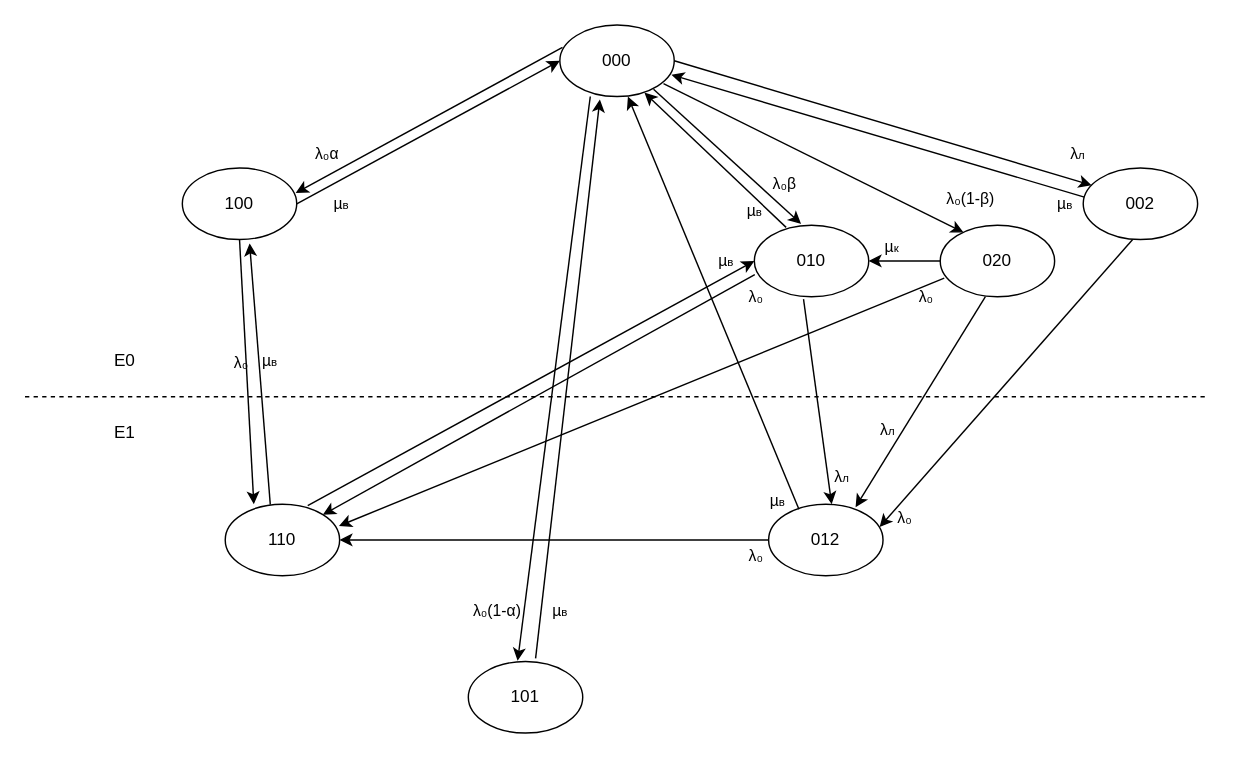
kolyan3445/WHAT-THE-FUCK keeps this draw.io diagram as Диаграмма без названия.drawio. Above is the earlier version. Source tidied: cells renumbered, new cells numbered last; positions are measured from the earlier drawing's top-left corner, leaving out a move shared by most shapes. Both pictures are drawn from the tidied source at 143%, with x=0, y=0 at pixel (24, 24).
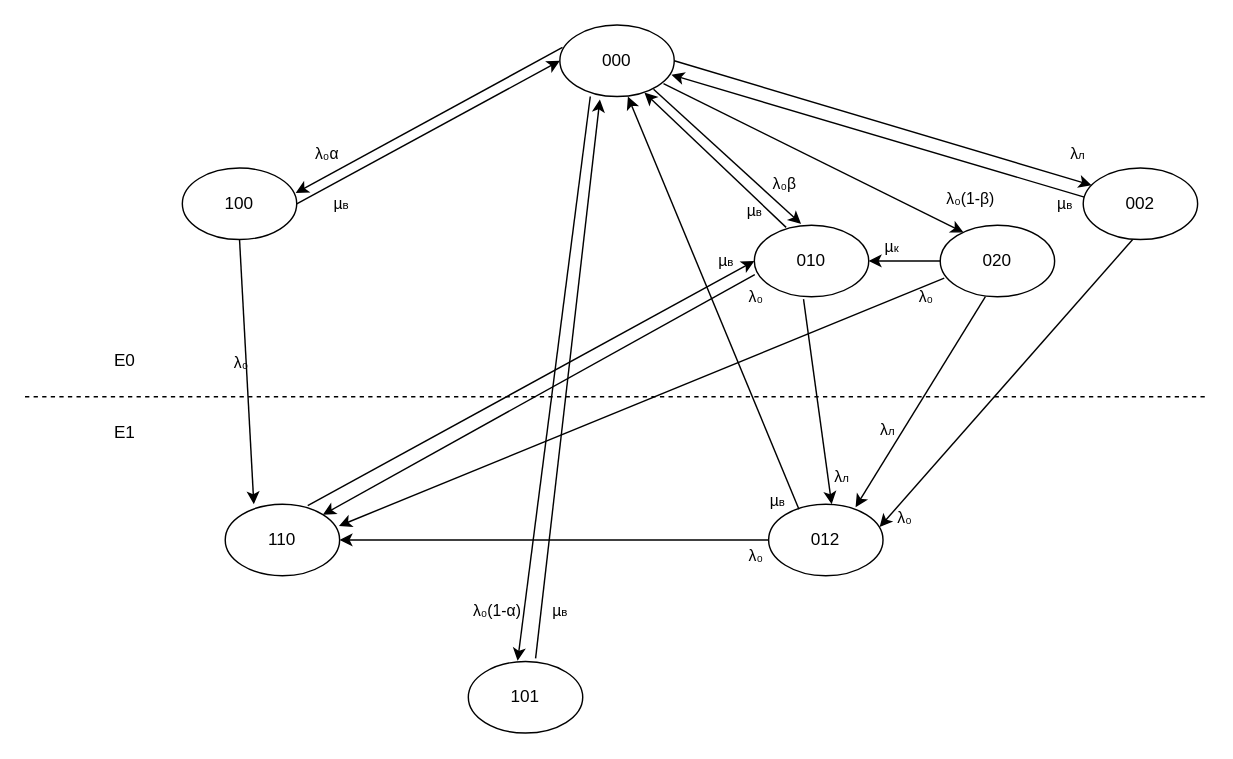
After the change.

Unchanged cells that the change refers to:
```xml
<mxCell id="3" value="100" style="ellipse;whiteSpace=wrap;html=1;" parent="1" vertex="1">
  <mxGeometry x="110" y="100" width="80" height="50" as="geometry" />
</mxCell>
<mxCell id="9" value="110" style="ellipse;whiteSpace=wrap;html=1;" parent="1" vertex="1">
  <mxGeometry x="140" y="335.1" width="80" height="50" as="geometry" />
</mxCell>
```

Change to the diagram source:
```diff
@@
-    <mxCell id="31" style="endArrow=classic;html=1;rounded=0;entryX=0.588;entryY=1.054;entryDx=0;entryDy=0;entryPerimeter=0;exitX=0.394;exitY=0.006;exitDx=0;exitDy=0;exitPerimeter=0;" parent="1" edge="1" source="9" target="3">
-      <mxGeometry relative="1" as="geometry" />
-    </mxCell>
-    <mxCell id="32" value="µ&lt;font style=&quot;font-size: 8px;&quot;&gt;в&lt;/font&gt;" style="edgeLabel;html=1;align=center;verticalAlign=middle;labelBackgroundColor=none;" parent="31" vertex="1">
-      <mxGeometry relative="1" as="geometry">
-        <mxPoint x="6" y="-9" as="offset" />
-      </mxGeometry>
-    </mxCell>
```
